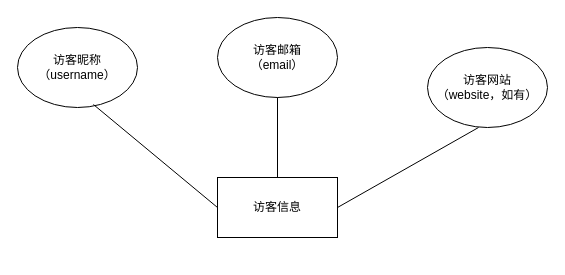
This is diagrams/访客信息E-R图.drawio from real-jiakai/draw, a draw.io file, before an edit. Source tidied: cells renumbered, new cells numbered last; positions are measured from the earlier drawing's top-left corner, leaving out a move shared by most shapes. Both pictures are drawn from the tidied source at 100%, with x=0, y=0 at pixel (17, 17).
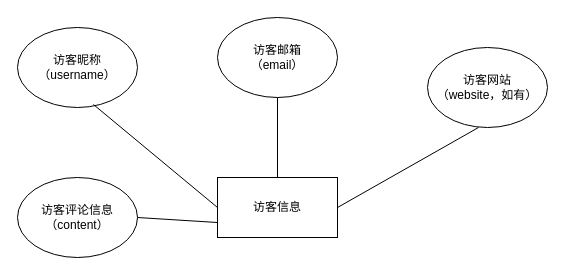
Above is the later version.

Commit message (it also covers changes not shown here):
Update 访客信息E-R图.drawio

What changed in the source:
```diff
@@
 <mxGraphModel>
   <root>
     <mxCell id="0" />
     <mxCell id="1" parent="0" />
     <mxCell id="2" value="访客信息" style="rounded=0;whiteSpace=wrap;html=1;" parent="1" vertex="1">
       <mxGeometry x="200" y="160" width="120" height="60" as="geometry" />
     </mxCell>
     <mxCell id="3" value="访客昵称&lt;br&gt;（username）" style="ellipse;whiteSpace=wrap;html=1;" parent="1" vertex="1">
       <mxGeometry y="10" width="120" height="80" as="geometry" />
     </mxCell>
     <mxCell id="4" value="访客邮箱&lt;br&gt;（email）" style="ellipse;whiteSpace=wrap;html=1;" parent="1" vertex="1">
       <mxGeometry x="200" width="120" height="80" as="geometry" />
     </mxCell>
     <mxCell id="5" value="访客网站&lt;br&gt;（website，如有）" style="ellipse;whiteSpace=wrap;html=1;" parent="1" vertex="1">
       <mxGeometry x="410" y="30" width="120" height="80" as="geometry" />
     </mxCell>
     <mxCell id="6" style="endArrow=none;html=1;rounded=0;exitX=0;exitY=0.5;exitDx=0;exitDy=0;entryX=0.633;entryY=0.963;entryDx=0;entryDy=0;entryPerimeter=0;" parent="1" edge="1" source="2" target="3">
       <mxGeometry relative="1" as="geometry" />
     </mxCell>
     <mxCell id="7" style="endArrow=none;html=1;rounded=0;exitX=0.5;exitY=0;exitDx=0;exitDy=0;entryX=0.5;entryY=1;entryDx=0;entryDy=0;" parent="1" edge="1" source="2" target="4">
       <mxGeometry relative="1" as="geometry" />
     </mxCell>
     <mxCell id="8" style="endArrow=none;html=1;rounded=0;entryX=0.425;entryY=1;entryDx=0;entryDy=0;entryPerimeter=0;" parent="1" edge="1" target="5">
       <mxGeometry relative="1" as="geometry">
         <mxPoint x="320" y="190" as="sourcePoint" />
       </mxGeometry>
     </mxCell>
+    <mxCell id="9" value="访客评论信息（content）" style="ellipse;whiteSpace=wrap;html=1;" parent="1" vertex="1">
+      <mxGeometry y="160" width="120" height="80" as="geometry" />
+    </mxCell>
+    <mxCell id="10" style="endArrow=none;html=1;rounded=0;entryX=0;entryY=0.75;entryDx=0;entryDy=0;" parent="1" edge="1" target="2">
+      <mxGeometry relative="1" as="geometry">
+        <mxPoint x="120" y="200" as="sourcePoint" />
+      </mxGeometry>
+    </mxCell>
   </root>
 </mxGraphModel>
```
